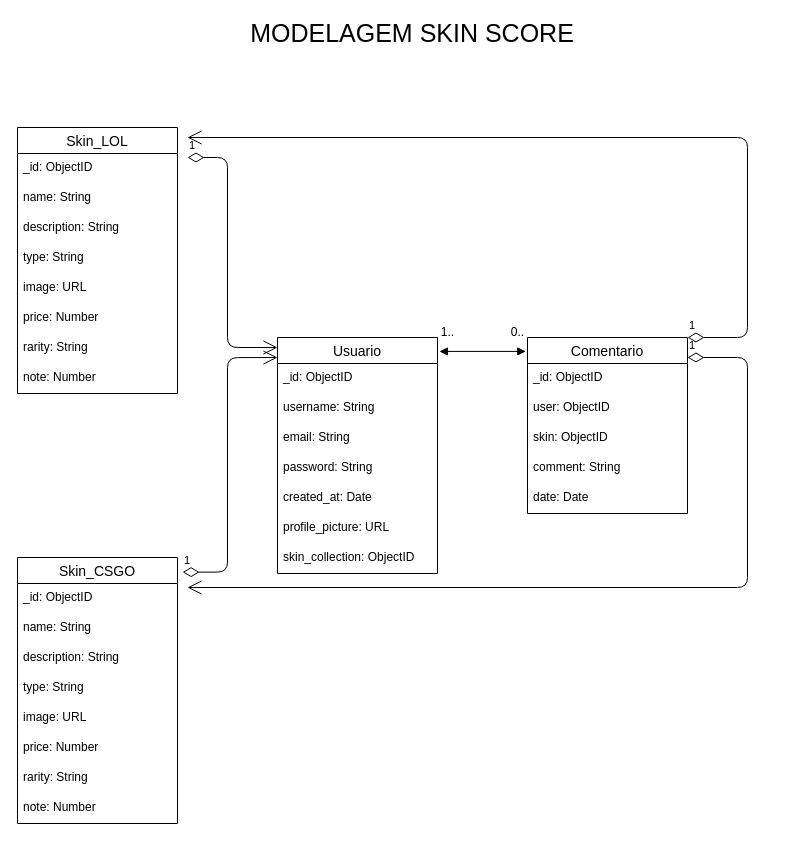
Above: backend/docs/Modelagem collections.drawio in FatecFranca/DSM-G02-PI3-2024-1 (draw.io), before the change. Source tidied: cells renumbered, new cells numbered last; positions are measured from the earlier drawing's top-left corner, leaving out a move shared by most shapes. Both pictures are drawn from the tidied source at 100%, with x=0, y=0 at pixel (17, 17).
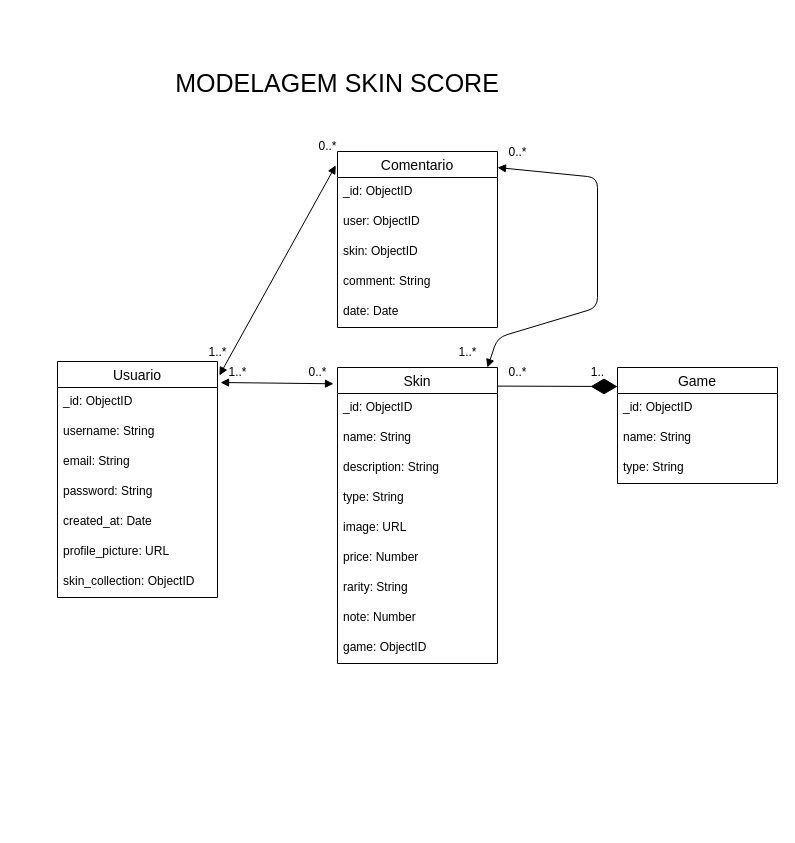
The same page after the edit.

Commit message (it also covers changes not shown here):
Atualização da modelagem dos Schemas

The edit, as a diff of the source:
```diff
@@
     <mxCell id="2" value="&lt;font style=&quot;font-size: 25px;&quot;&gt;MODELAGEM SKIN SCORE&lt;/font&gt;" style="text;html=1;strokeColor=none;fillColor=none;align=center;verticalAlign=middle;whiteSpace=wrap;rounded=0;" parent="1" vertex="1">
-      <mxGeometry x="225" width="340" height="30" as="geometry" />
+      <mxGeometry x="150" y="50" width="340" height="30" as="geometry" />
     </mxCell>
     <mxCell id="3" value="Usuario" style="swimlane;fontStyle=0;horizontal=1;startSize=26;align=center;fontSize=14;" parent="1" vertex="1">
-      <mxGeometry x="260" y="320" width="160" height="236" as="geometry" />
+      <mxGeometry x="40" y="344" width="160" height="236" as="geometry" />
     </mxCell>
@@
-    <mxCell id="11" value="Skin_CSGO" style="swimlane;fontStyle=0;horizontal=1;startSize=26;align=center;fontSize=14;" parent="1" vertex="1">
-      <mxGeometry y="540" width="160" height="266" as="geometry" />
-    </mxCell>
-    <mxCell id="12" value="_id: ObjectID" style="text;strokeColor=none;fillColor=none;spacingLeft=4;spacingRight=4;overflow=hidden;fontSize=12;" parent="11" vertex="1">
-      <mxGeometry y="26" width="160" height="30" as="geometry" />
-    </mxCell>
-    <mxCell id="13" value="name: String    " style="text;strokeColor=none;fillColor=none;spacingLeft=4;spacingRight=4;overflow=hidden;fontSize=12;" parent="11" vertex="1">
-      <mxGeometry y="56" width="160" height="30" as="geometry" />
-    </mxCell>
-    <mxCell id="14" value="description: String&#10;" style="text;strokeColor=none;fillColor=none;spacingLeft=4;spacingRight=4;overflow=hidden;fontSize=12;" parent="11" vertex="1">
-      <mxGeometry y="86" width="160" height="30" as="geometry" />
-    </mxCell>
-    <mxCell id="15" value="type: String" style="text;strokeColor=none;fillColor=none;spacingLeft=4;spacingRight=4;overflow=hidden;fontSize=12;" parent="11" vertex="1">
-      <mxGeometry y="116" width="160" height="30" as="geometry" />
-    </mxCell>
-    <mxCell id="16" value="image: URL" style="text;strokeColor=none;fillColor=none;spacingLeft=4;spacingRight=4;overflow=hidden;fontSize=12;" parent="11" vertex="1">
-      <mxGeometry y="146" width="160" height="30" as="geometry" />
-    </mxCell>
-    <mxCell id="17" value="price: Number" style="text;strokeColor=none;fillColor=none;spacingLeft=4;spacingRight=4;overflow=hidden;fontSize=12;" parent="11" vertex="1">
-      <mxGeometry y="176" width="160" height="30" as="geometry" />
-    </mxCell>
-    <mxCell id="18" value="rarity: String" style="text;strokeColor=none;fillColor=none;spacingLeft=4;spacingRight=4;overflow=hidden;fontSize=12;" parent="11" vertex="1">
-      <mxGeometry y="206" width="160" height="30" as="geometry" />
-    </mxCell>
-    <mxCell id="19" value="note: Number" style="text;strokeColor=none;fillColor=none;spacingLeft=4;spacingRight=4;overflow=hidden;fontSize=12;" parent="11" vertex="1">
-      <mxGeometry y="236" width="160" height="30" as="geometry" />
-    </mxCell>
-    <mxCell id="20" value="Skin_LOL" style="swimlane;fontStyle=0;horizontal=1;startSize=26;align=center;fontSize=14;" parent="1" vertex="1">
-      <mxGeometry y="110" width="160" height="266" as="geometry" />
+    <mxCell id="20" value="Skin" style="swimlane;fontStyle=0;horizontal=1;startSize=26;align=center;fontSize=14;" parent="1" vertex="1">
+      <mxGeometry x="320" y="350" width="160" height="296" as="geometry" />
     </mxCell>
@@
+    <mxCell id="42" value="game: ObjectID" style="text;strokeColor=none;fillColor=none;spacingLeft=4;spacingRight=4;overflow=hidden;fontSize=12;" parent="20" vertex="1">
+      <mxGeometry y="266" width="160" height="30" as="geometry" />
+    </mxCell>
     <mxCell id="29" value="Comentario" style="swimlane;fontStyle=0;horizontal=1;startSize=26;align=center;fontSize=14;" parent="1" vertex="1">
-      <mxGeometry x="510" y="320" width="160" height="176" as="geometry" />
+      <mxGeometry x="320" y="134" width="160" height="176" as="geometry" />
     </mxCell>
@@
-    <mxCell id="36" value="1.." style="text;html=1;align=center;verticalAlign=middle;strokeColor=none;fillColor=none;" parent="1" vertex="1">
-      <mxGeometry x="410" y="300" width="40" height="30" as="geometry" />
+    <mxCell id="36" value="1..*" style="text;html=1;align=center;verticalAlign=middle;strokeColor=none;fillColor=none;" parent="1" vertex="1">
+      <mxGeometry x="180" y="320" width="40" height="30" as="geometry" />
     </mxCell>
-    <mxCell id="37" value="0.." style="text;html=1;align=center;verticalAlign=middle;strokeColor=none;fillColor=none;" parent="1" vertex="1">
-      <mxGeometry x="480" y="300" width="40" height="30" as="geometry" />
+    <mxCell id="37" value="0..*" style="text;html=1;align=center;verticalAlign=middle;strokeColor=none;fillColor=none;" parent="1" vertex="1">
+      <mxGeometry x="290" y="114" width="40" height="30" as="geometry" />
     </mxCell>
-    <mxCell id="38" value="1" style="endArrow=open;html=1;endSize=12;startArrow=diamondThin;startSize=14;startFill=0;edgeStyle=orthogonalEdgeStyle;align=left;verticalAlign=bottom;" parent="1" edge="1">
-      <mxGeometry x="-1" y="3" relative="1" as="geometry">
-        <mxPoint x="170" y="140" as="sourcePoint" />
-        <mxPoint x="260" y="330" as="targetPoint" />
-        <Array as="points">
-          <mxPoint x="210" y="140" />
-          <mxPoint x="210" y="330" />
-        </Array>
-      </mxGeometry>
-    </mxCell>
-    <mxCell id="39" value="1" style="endArrow=open;html=1;endSize=12;startArrow=diamondThin;startSize=14;startFill=0;edgeStyle=orthogonalEdgeStyle;align=left;verticalAlign=bottom;entryX=0;entryY=0.085;entryDx=0;entryDy=0;exitX=1.032;exitY=0.055;exitDx=0;exitDy=0;exitPerimeter=0;entryPerimeter=0;" parent="1" edge="1" source="11" target="3">
-      <mxGeometry x="-1" y="3" relative="1" as="geometry">
-        <Array as="points">
-          <mxPoint x="210" y="555" />
-          <mxPoint x="210" y="340" />
-        </Array>
-      </mxGeometry>
-    </mxCell>
-    <mxCell id="40" value="1" style="endArrow=open;html=1;endSize=12;startArrow=diamondThin;startSize=14;startFill=0;edgeStyle=orthogonalEdgeStyle;align=left;verticalAlign=bottom;" parent="1" edge="1">
-      <mxGeometry x="-1" y="3" relative="1" as="geometry">
-        <mxPoint x="670" y="340" as="sourcePoint" />
-        <mxPoint x="170" y="570" as="targetPoint" />
-        <Array as="points">
-          <mxPoint x="730" y="340" />
-          <mxPoint x="730" y="570" />
-        </Array>
-      </mxGeometry>
-    </mxCell>
-    <mxCell id="41" value="1" style="endArrow=open;html=1;endSize=12;startArrow=diamondThin;startSize=14;startFill=0;edgeStyle=orthogonalEdgeStyle;align=left;verticalAlign=bottom;exitX=1;exitY=0;exitDx=0;exitDy=0;" parent="1" edge="1" source="29">
-      <mxGeometry x="-1" y="3" relative="1" as="geometry">
-        <mxPoint x="170" y="120" as="targetPoint" />
-        <Array as="points">
-          <mxPoint x="730" y="320" />
-          <mxPoint x="730" y="120" />
-        </Array>
-      </mxGeometry>
-    </mxCell>
+    <mxCell id="43" value="Game" style="swimlane;fontStyle=0;horizontal=1;startSize=26;align=center;fontSize=14;" parent="1" vertex="1">
+      <mxGeometry x="600" y="350" width="160" height="116" as="geometry" />
+    </mxCell>
+    <mxCell id="12" value="_id: ObjectID" style="text;strokeColor=none;fillColor=none;spacingLeft=4;spacingRight=4;overflow=hidden;fontSize=12;" parent="43" vertex="1">
+      <mxGeometry y="26" width="160" height="30" as="geometry" />
+    </mxCell>
+    <mxCell id="13" value="name: String " style="text;strokeColor=none;fillColor=none;spacingLeft=4;spacingRight=4;overflow=hidden;fontSize=12;" parent="43" vertex="1">
+      <mxGeometry y="56" width="160" height="30" as="geometry" />
+    </mxCell>
+    <mxCell id="15" value="type: String&#10;" style="text;strokeColor=none;fillColor=none;spacingLeft=4;spacingRight=4;overflow=hidden;fontSize=12;" parent="43" vertex="1">
+      <mxGeometry y="86" width="160" height="30" as="geometry" />
+    </mxCell>
+    <mxCell id="44" style="endArrow=block;startArrow=block;endFill=1;startFill=1;html=1;exitX=1.019;exitY=0.089;exitDx=0;exitDy=0;exitPerimeter=0;entryX=-0.025;entryY=0.055;entryDx=0;entryDy=0;entryPerimeter=0;" parent="1" edge="1" source="3" target="20">
+      <mxGeometry relative="1" as="geometry" />
+    </mxCell>
+    <mxCell id="45" value="1..*" style="text;html=1;align=center;verticalAlign=middle;strokeColor=none;fillColor=none;" parent="1" vertex="1">
+      <mxGeometry x="200" y="340" width="40" height="30" as="geometry" />
+    </mxCell>
+    <mxCell id="46" value="0..*" style="text;html=1;align=center;verticalAlign=middle;strokeColor=none;fillColor=none;" parent="1" vertex="1">
+      <mxGeometry x="280" y="340" width="40" height="30" as="geometry" />
+    </mxCell>
+    <mxCell id="47" style="endArrow=diamondThin;endFill=1;endSize=24;html=1;" parent="1" edge="1">
+      <mxGeometry relative="1" as="geometry">
+        <mxPoint x="480" y="368.6" as="sourcePoint" />
+        <mxPoint x="600" y="369" as="targetPoint" />
+      </mxGeometry>
+    </mxCell>
+    <mxCell id="48" value="1.." style="text;html=1;align=center;verticalAlign=middle;strokeColor=none;fillColor=none;" parent="1" vertex="1">
+      <mxGeometry x="560" y="340" width="40" height="30" as="geometry" />
+    </mxCell>
+    <mxCell id="49" value="0..*" style="text;html=1;align=center;verticalAlign=middle;strokeColor=none;fillColor=none;" parent="1" vertex="1">
+      <mxGeometry x="480" y="340" width="40" height="30" as="geometry" />
+    </mxCell>
+    <mxCell id="50" style="endArrow=block;startArrow=block;endFill=1;startFill=1;html=1;exitX=1.012;exitY=0.059;exitDx=0;exitDy=0;exitPerimeter=0;entryX=1;entryY=0.091;entryDx=0;entryDy=0;entryPerimeter=0;" parent="1" edge="1" target="29">
+      <mxGeometry relative="1" as="geometry">
+        <mxPoint x="470" y="350" as="sourcePoint" />
+        <Array as="points">
+          <mxPoint x="480" y="320" />
+          <mxPoint x="580" y="290" />
+          <mxPoint x="580" y="160" />
+        </Array>
+      </mxGeometry>
+    </mxCell>
+    <mxCell id="51" value="1..*" style="text;html=1;align=center;verticalAlign=middle;strokeColor=none;fillColor=none;" parent="1" vertex="1">
+      <mxGeometry x="430" y="320" width="40" height="30" as="geometry" />
+    </mxCell>
+    <mxCell id="52" value="0..*" style="text;html=1;align=center;verticalAlign=middle;strokeColor=none;fillColor=none;" parent="1" vertex="1">
+      <mxGeometry x="480" y="120" width="40" height="30" as="geometry" />
+    </mxCell>
```
